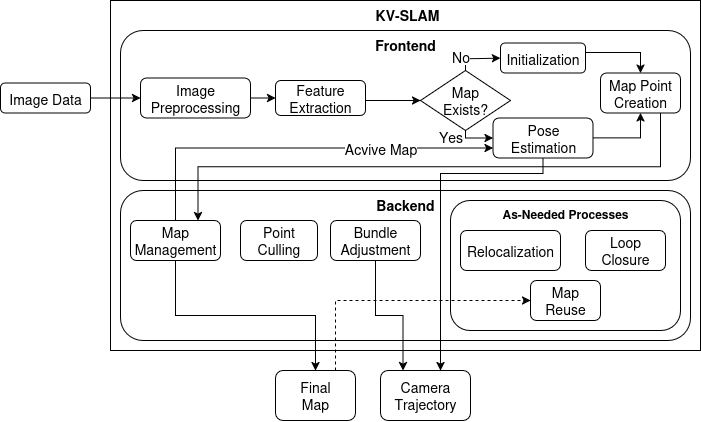
This is documents/thesis/resources/subprocesses.png from TomZurales/Thesis, a draw.io export, as it was before one commit. Source tidied: cells renumbered, new cells last; positions are measured from the earlier drawing's top-left corner, leaving out a move shared by most shapes.
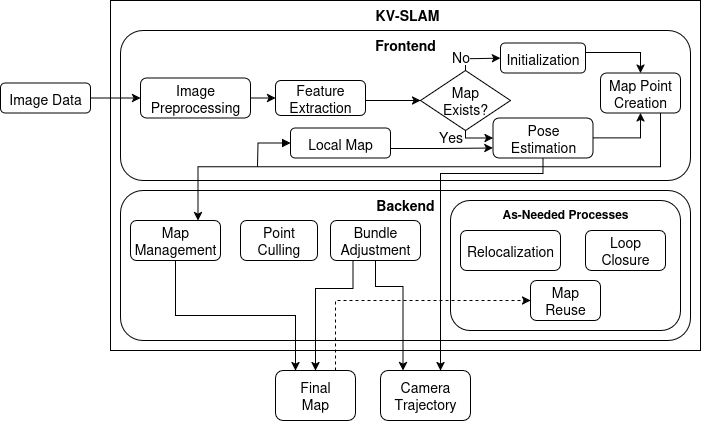
The same diagram one commit later.

Commit message:
Automated commit: changes in documents/ directory at 2025-07-21 10:40:35

Change to the diagram source:
```diff
@@ -34,15 +34,7 @@
     <mxCell id="10" value="&lt;div&gt;Feature&lt;/div&gt;&lt;div&gt;Extraction&lt;/div&gt;" style="rounded=1;whiteSpace=wrap;html=1;fontSize=14;" parent="1" vertex="1">
       <mxGeometry x="275" y="80" width="90" height="35" as="geometry" />
     </mxCell>
-    <mxCell id="11" style="edgeStyle=orthogonalEdgeStyle;rounded=0;jettySize=auto;html=1;exitX=0.5;exitY=0;exitDx=0;exitDy=0;entryX=1;entryY=0.25;entryDx=0;entryDy=0;fontSize=14;" parent="1" edge="1" source="14" target="17">
-      <mxGeometry relative="1" as="geometry" />
-    </mxCell>
-    <mxCell id="12" value="Acvive Map" style="edgeLabel;html=1;align=center;verticalAlign=middle;fontSize=14;" parent="11" vertex="1">
-      <mxGeometry x="-0.2" y="-1" relative="1" as="geometry">
-        <mxPoint x="122" y="-1" as="offset" />
-      </mxGeometry>
-    </mxCell>
-    <mxCell id="13" style="edgeStyle=orthogonalEdgeStyle;rounded=0;jettySize=auto;html=1;exitX=0.5;exitY=1;exitDx=0;exitDy=0;" parent="1" edge="1" source="14" target="35">
+    <mxCell id="13" style="edgeStyle=orthogonalEdgeStyle;rounded=0;jettySize=auto;html=1;exitX=0.5;exitY=1;exitDx=0;exitDy=0;entryX=0.25;entryY=0;entryDx=0;entryDy=0;" parent="1" edge="1" source="14" target="35">
       <mxGeometry relative="1" as="geometry" />
     </mxCell>
     <mxCell id="14" value="&lt;div&gt;Map&lt;/div&gt;&lt;div&gt;Management&lt;/div&gt;" style="rounded=1;whiteSpace=wrap;html=1;fontSize=14;" parent="1" vertex="1">
@@ -63,8 +55,21 @@
       <mxGeometry x="492.5" y="117.5" width="100" height="40" as="geometry" />
     </mxCell>
     <mxCell id="18" style="edgeStyle=orthogonalEdgeStyle;rounded=0;jettySize=auto;html=1;exitX=0.5;exitY=1;exitDx=0;exitDy=0;entryX=0.25;entryY=0;entryDx=0;entryDy=0;" parent="1" edge="1" source="19" target="36">
-      <mxGeometry relative="1" as="geometry" />
+      <mxGeometry relative="1" as="geometry">
+        <Array as="points">
+          <mxPoint x="375" y="286" />
+          <mxPoint x="403" y="286" />
+        </Array>
+      </mxGeometry>
     </mxCell>
+    <mxCell id="37" style="edgeStyle=orthogonalEdgeStyle;rounded=0;jettySize=auto;html=1;exitX=0.25;exitY=1;exitDx=0;exitDy=0;entryX=0.5;entryY=0;entryDx=0;entryDy=0;" parent="1" edge="1" source="19" target="35">
+      <mxGeometry relative="1" as="geometry">
+        <Array as="points">
+          <mxPoint x="353" y="288" />
+          <mxPoint x="315" y="288" />
+        </Array>
+      </mxGeometry>
+    </mxCell>
     <mxCell id="19" value="&lt;div&gt;Bundle&lt;/div&gt;&lt;div&gt;Adjustment&lt;/div&gt;" style="rounded=1;whiteSpace=wrap;html=1;fontSize=14;" parent="1" vertex="1">
       <mxGeometry x="330" y="220" width="90" height="40" as="geometry" />
     </mxCell>
@@ -137,5 +142,21 @@
     <mxCell id="36" value="&lt;div&gt;&lt;font style=&quot;font-size: 14px;&quot;&gt;Camera&lt;/font&gt;&lt;/div&gt;&lt;div&gt;&lt;font style=&quot;font-size: 14px;&quot;&gt;Trajectory&lt;/font&gt;&lt;/div&gt;" style="rounded=1;whiteSpace=wrap;html=1;" parent="1" vertex="1">
       <mxGeometry x="380" y="370" width="90" height="50" as="geometry" />
     </mxCell>
+    <mxCell id="38" style="edgeStyle=orthogonalEdgeStyle;rounded=0;jettySize=auto;html=1;exitX=1;exitY=0.5;exitDx=0;exitDy=0;entryX=1;entryY=0.25;entryDx=0;entryDy=0;" parent="1" edge="1" source="40" target="17">
+      <mxGeometry relative="1" as="geometry">
+        <Array as="points">
+          <mxPoint x="390" y="148" />
+          <mxPoint x="441" y="148" />
+        </Array>
+      </mxGeometry>
+    </mxCell>
+    <mxCell id="39" style="edgeStyle=orthogonalEdgeStyle;rounded=0;jettySize=auto;html=1;exitX=0;exitY=0.5;exitDx=0;exitDy=0;endArrow=none;endFill=0;startArrow=block;startFill=1;" parent="1" edge="1" source="40">
+      <mxGeometry relative="1" as="geometry">
+        <mxPoint x="257" y="166" as="targetPoint" />
+      </mxGeometry>
+    </mxCell>
+    <mxCell id="40" value="&lt;div&gt;&lt;font style=&quot;font-size: 14px;&quot;&gt;Local Map&lt;/font&gt;&lt;/div&gt;" style="rounded=1;whiteSpace=wrap;html=1;" parent="1" vertex="1">
+      <mxGeometry x="290" y="127.5" width="100" height="30" as="geometry" />
+    </mxCell>
   </root>
 </mxGraphModel>
```
